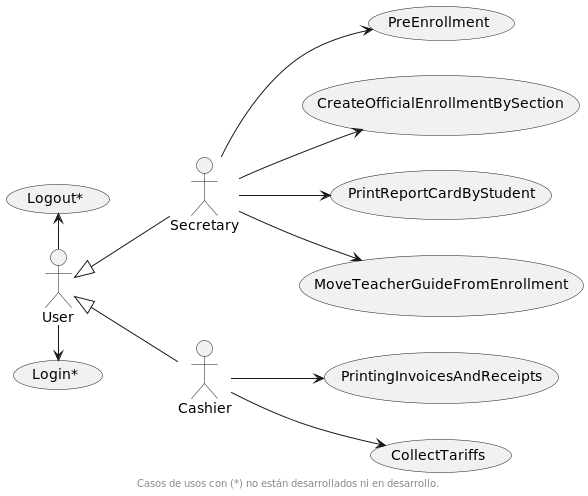
Above: out/UseCaseView/UseCases.png in wsmcbl/wsmcbl.doc (PlantUML), before the change.
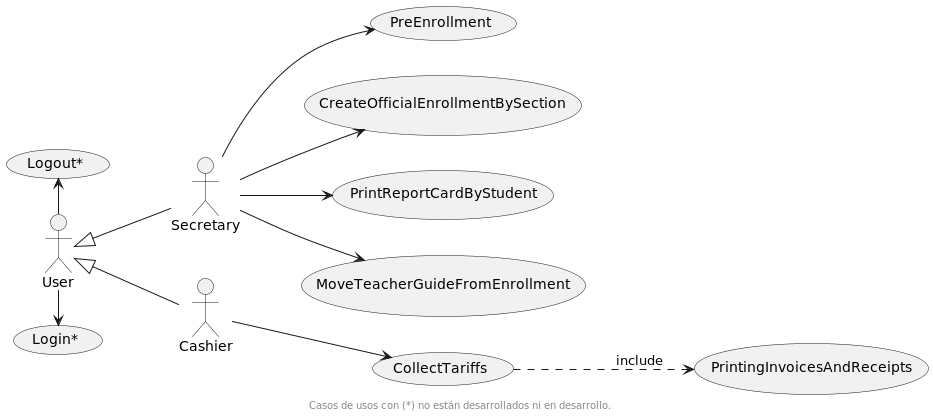
After the commit.

Change to the diagram source:
```diff
@@ -1,5 +1,4 @@
 @startuml
-skinparam BackgroundColor transparent
 left to right direction
 
 actor User
@@ -28,8 +27,9 @@
 Secretary --> PrintReportCardByStudent
 Secretary --> MoveTeacherGuideFromEnrollment
 
-Cashier --> PrintingInvoicesAndReceipts
 Cashier --> CollectTariffs
+
+CollectTariffs ..> PrintingInvoicesAndReceipts: include
 
 footer Casos de usos con (*) no están desarrollados ni en desarrollo.
 
```
